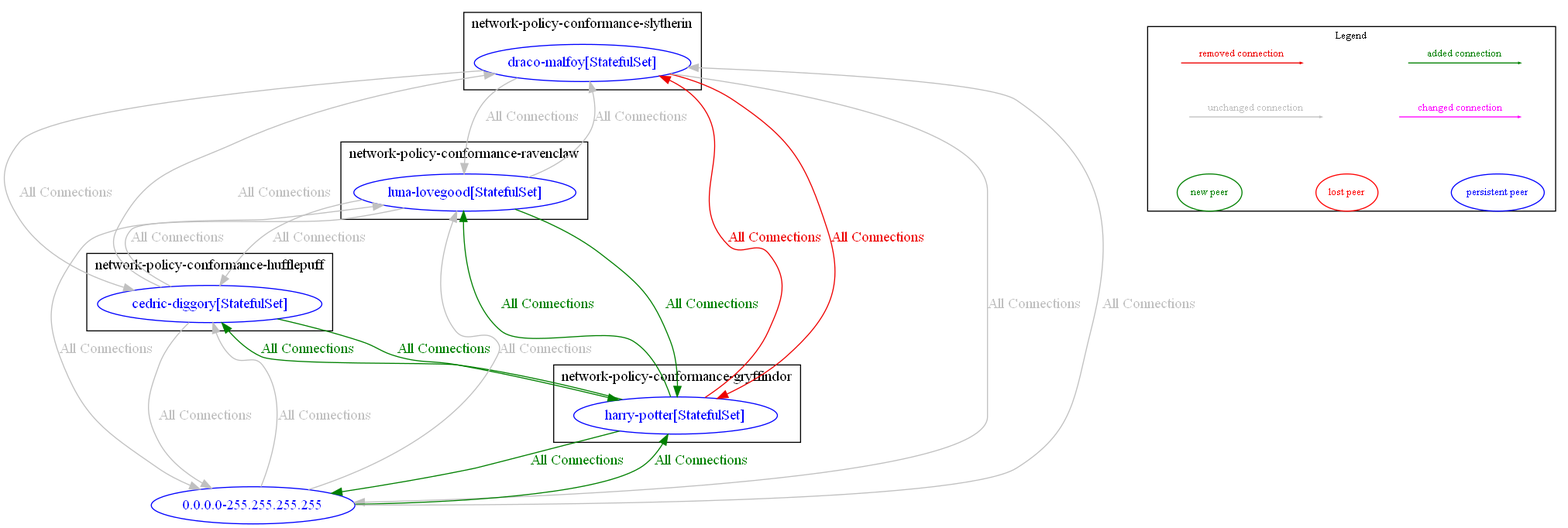
Before: test_outputs/diff/diff_between_anp_banp_core_test_and_anp_np_banp_core_test.dot.png, a diagram exported from Graphviz (np-guard/netpol-analyzer). Its source is kept beside it as test_outputs/diff/diff_between_anp_banp_core_test_and_anp_np_banp_core_test.dot. Its diagram source:
```dot
digraph {
	subgraph "cluster_network_policy_conformance_gryffindor" {
		color="black"
		fontcolor="black"
		"network-policy-conformance-gryffindor/harry-potter[StatefulSet]" [label="harry-potter[StatefulSet]" color="blue" fontcolor="blue"]
		label="network-policy-conformance-gryffindor"
	}
	subgraph "cluster_network_policy_conformance_hufflepuff" {
		color="black"
		fontcolor="black"
		"network-policy-conformance-hufflepuff/cedric-diggory[StatefulSet]" [label="cedric-diggory[StatefulSet]" color="blue" fontcolor="blue"]
		label="network-policy-conformance-hufflepuff"
	}
	subgraph "cluster_network_policy_conformance_ravenclaw" {
		color="black"
		fontcolor="black"
		"network-policy-conformance-ravenclaw/luna-lovegood[StatefulSet]" [label="luna-lovegood[StatefulSet]" color="blue" fontcolor="blue"]
		label="network-policy-conformance-ravenclaw"
	}
	subgraph "cluster_network_policy_conformance_slytherin" {
		color="black"
		fontcolor="black"
		"network-policy-conformance-slytherin/draco-malfoy[StatefulSet]" [label="draco-malfoy[StatefulSet]" color="blue" fontcolor="blue"]
		label="network-policy-conformance-slytherin"
	}
	"0.0.0.0-255.255.255.255" [label="0.0.0.0-255.255.255.255" color="blue" fontcolor="blue"]
	"0.0.0.0-255.255.255.255" -> "network-policy-conformance-gryffindor/harry-potter[StatefulSet]" [label="All Connections" color="#008000" fontcolor="#008000" weight=0.5]
	"0.0.0.0-255.255.255.255" -> "network-policy-conformance-hufflepuff/cedric-diggory[StatefulSet]" [label="All Connections" color="grey" fontcolor="grey" weight=0.5]
	"0.0.0.0-255.255.255.255" -> "network-policy-conformance-ravenclaw/luna-lovegood[StatefulSet]" [label="All Connections" color="grey" fontcolor="grey" weight=0.5]
	"0.0.0.0-255.255.255.255" -> "network-policy-conformance-slytherin/draco-malfoy[StatefulSet]" [label="All Connections" color="grey" fontcolor="grey" weight=0.5]
	"network-policy-conformance-gryffindor/harry-potter[StatefulSet]" -> "0.0.0.0-255.255.255.255" [label="All Connections" color="#008000" fontcolor="#008000" weight=1]
	"network-policy-conformance-gryffindor/harry-potter[StatefulSet]" -> "network-policy-conformance-hufflepuff/cedric-diggory[StatefulSet]" [label="All Connections" color="#008000" fontcolor="#008000" weight=0.5]
	"network-policy-conformance-gryffindor/harry-potter[StatefulSet]" -> "network-policy-conformance-ravenclaw/luna-lovegood[StatefulSet]" [label="All Connections" color="#008000" fontcolor="#008000" weight=0.5]
	"network-policy-conformance-gryffindor/harry-potter[StatefulSet]" -> "network-policy-conformance-slytherin/draco-malfoy[StatefulSet]" [label="All Connections" color="red2" fontcolor="red2" weight=0.5]
	"network-policy-conformance-hufflepuff/cedric-diggory[StatefulSet]" -> "0.0.0.0-255.255.255.255" [label="All Connections" color="grey" fontcolor="grey" weight=1]
	"network-policy-conformance-hufflepuff/cedric-diggory[StatefulSet]" -> "network-policy-conformance-gryffindor/harry-potter[StatefulSet]" [label="All Connections" color="#008000" fontcolor="#008000" weight=1]
	"network-policy-conformance-hufflepuff/cedric-diggory[StatefulSet]" -> "network-policy-conformance-ravenclaw/luna-lovegood[StatefulSet]" [label="All Connections" color="grey" fontcolor="grey" weight=0.5]
	"network-policy-conformance-hufflepuff/cedric-diggory[StatefulSet]" -> "network-policy-conformance-slytherin/draco-malfoy[StatefulSet]" [label="All Connections" color="grey" fontcolor="grey" weight=0.5]
	"network-policy-conformance-ravenclaw/luna-lovegood[StatefulSet]" -> "0.0.0.0-255.255.255.255" [label="All Connections" color="grey" fontcolor="grey" weight=1]
	"network-policy-conformance-ravenclaw/luna-lovegood[StatefulSet]" -> "network-policy-conformance-gryffindor/harry-potter[StatefulSet]" [label="All Connections" color="#008000" fontcolor="#008000" weight=1]
	"network-policy-conformance-ravenclaw/luna-lovegood[StatefulSet]" -> "network-policy-conformance-hufflepuff/cedric-diggory[StatefulSet]" [label="All Connections" color="grey" fontcolor="grey" weight=1]
	"network-policy-conformance-ravenclaw/luna-lovegood[StatefulSet]" -> "network-policy-conformance-slytherin/draco-malfoy[StatefulSet]" [label="All Connections" color="grey" fontcolor="grey" weight=0.5]
	"network-policy-conformance-slytherin/draco-malfoy[StatefulSet]" -> "0.0.0.0-255.255.255.255" [label="All Connections" color="grey" fontcolor="grey" weight=1]
	"network-policy-conformance-slytherin/draco-malfoy[StatefulSet]" -> "network-policy-conformance-gryffindor/harry-potter[StatefulSet]" [label="All Connections" color="red2" fontcolor="red2" weight=1]
	"network-policy-conformance-slytherin/draco-malfoy[StatefulSet]" -> "network-policy-conformance-hufflepuff/cedric-diggory[StatefulSet]" [label="All Connections" color="grey" fontcolor="grey" weight=1]
	"network-policy-conformance-slytherin/draco-malfoy[StatefulSet]" -> "network-policy-conformance-ravenclaw/luna-lovegood[StatefulSet]" [label="All Connections" color="grey" fontcolor="grey" weight=1]
	nodesep=0.5
	subgraph cluster_legend {
		label="Legend"
		fontsize = 10
		margin=0
		a [style=invis height=0 width=0]
		b [style=invis height=0 width=0]
		c [style=invis height=0 width=0]
		d [style=invis height=0 width=0]
		e [style=invis height=0 width=0]
		f [style=invis height=0 width=0]
		g [style=invis height=0 width=0]
		h [style=invis height=0 width=0]
		{rank=source a b c d}
		{rank=same e f g h}
		a -> b [label="added connection", color="#008000" fontcolor="#008000" fontsize = 10 arrowsize=0.2]
		c -> d [label="removed connection", color="red2" fontcolor="red2" fontsize = 10 arrowsize=0.2]
		e -> f [label="changed connection", color="magenta" fontcolor="magenta" fontsize = 10 arrowsize=0.2]
		g -> h [label="unchanged connection", color="grey" fontcolor="grey" fontsize = 10 arrowsize=0.2]
		np [label="new peer" color="#008000" fontcolor="#008000" fontsize = 10]
		lp [label="lost peer" color="red" fontcolor="red" fontsize = 10]
		pp [label="persistent peer" color="blue" fontcolor="blue" fontsize = 10]
		{rank=sink np lp pp}
		np->lp [style=invis]
		lp->pp [style=invis]
	}
}
```
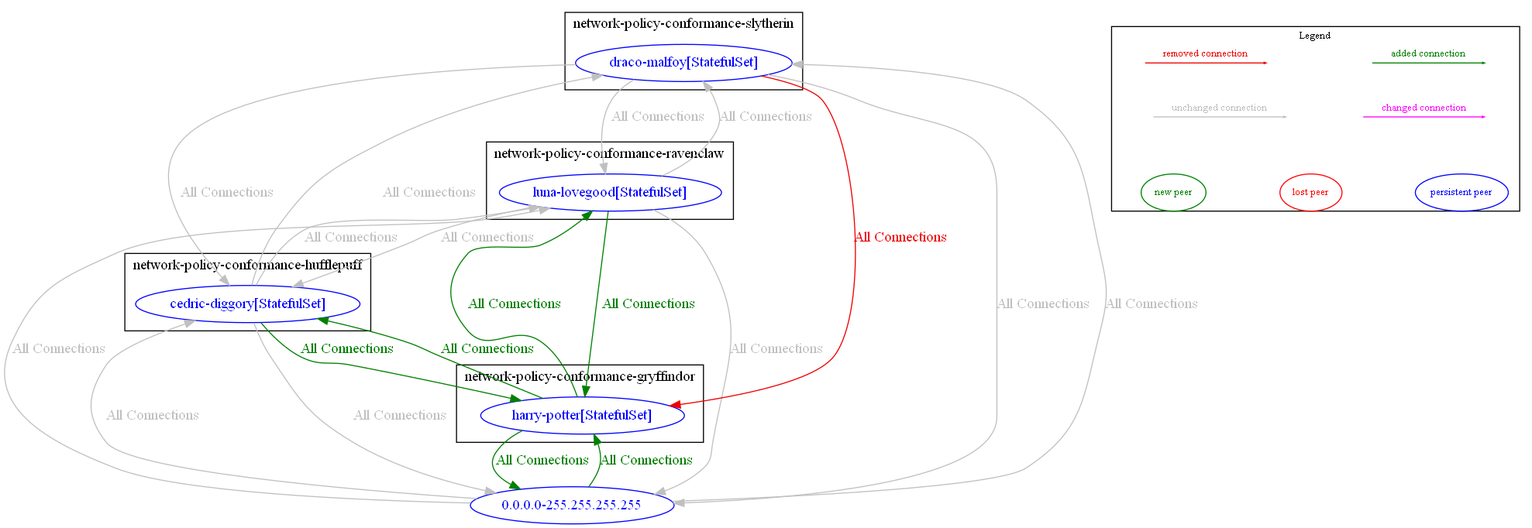
The same file after the commit.

Diff of the diagram source:
```diff
@@ -31,7 +31,6 @@
 	"network-policy-conformance-gryffindor/harry-potter[StatefulSet]" -> "0.0.0.0-255.255.255.255" [label="All Connections" color="#008000" fontcolor="#008000" weight=1]
 	"network-policy-conformance-gryffindor/harry-potter[StatefulSet]" -> "network-policy-conformance-hufflepuff/cedric-diggory[StatefulSet]" [label="All Connections" color="#008000" fontcolor="#008000" weight=0.5]
 	"network-policy-conformance-gryffindor/harry-potter[StatefulSet]" -> "network-policy-conformance-ravenclaw/luna-lovegood[StatefulSet]" [label="All Connections" color="#008000" fontcolor="#008000" weight=0.5]
-	"network-policy-conformance-gryffindor/harry-potter[StatefulSet]" -> "network-policy-conformance-slytherin/draco-malfoy[StatefulSet]" [label="All Connections" color="red2" fontcolor="red2" weight=0.5]
 	"network-policy-conformance-hufflepuff/cedric-diggory[StatefulSet]" -> "0.0.0.0-255.255.255.255" [label="All Connections" color="grey" fontcolor="grey" weight=1]
 	"network-policy-conformance-hufflepuff/cedric-diggory[StatefulSet]" -> "network-policy-conformance-gryffindor/harry-potter[StatefulSet]" [label="All Connections" color="#008000" fontcolor="#008000" weight=1]
 	"network-policy-conformance-hufflepuff/cedric-diggory[StatefulSet]" -> "network-policy-conformance-ravenclaw/luna-lovegood[StatefulSet]" [label="All Connections" color="grey" fontcolor="grey" weight=0.5]
```
